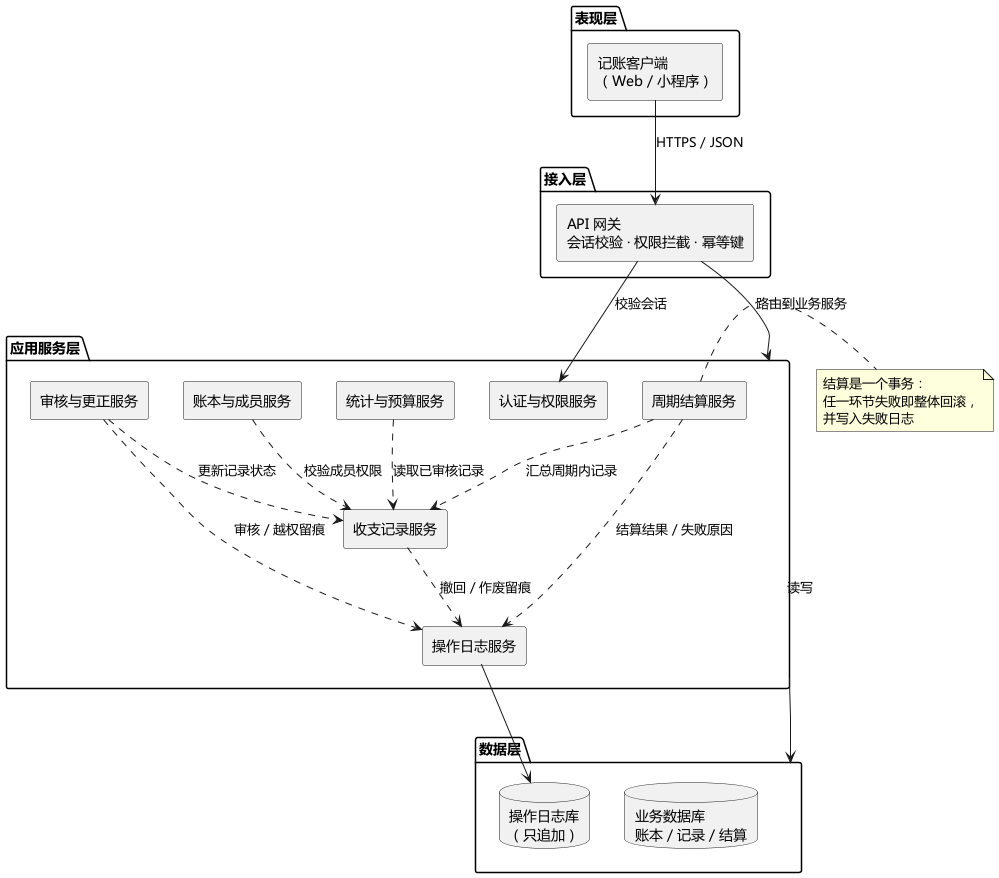
Earlier version of the PlantUML export uml/UML组件图.png (NaZnPO3/lab1-shared-ledger). The source it was exported from:
```plantuml
@startuml UML组件图
skinparam defaultFontName "Microsoft YaHei"
skinparam componentStyle rectangle
skinparam shadowing false
top to bottom direction

package "表现层" as PL {
  [记账客户端\n（Web / 小程序）] as UI
}

package "接入层" as GW {
  [API 网关\n会话校验 · 权限拦截 · 幂等键] as API
}

package "应用服务层" as SVC {
  [认证与权限服务] as Auth
  [账本与成员服务] as LedgerSvc
  [收支记录服务] as RecordSvc
  [审核与更正服务] as AuditSvc
  [统计与预算服务] as StatSvc
  [周期结算服务] as SettleSvc
  [操作日志服务] as LogSvc
}

package "数据层" as DATA {
  database "业务数据库\n账本 / 记录 / 结算" as DB
  database "操作日志库\n（只追加）" as LOGDB
}

UI --> API : HTTPS / JSON
API --> Auth : 校验会话
API --> SVC : 路由到业务服务
SVC --> DATA : 读写

LedgerSvc ..> RecordSvc : 校验成员权限
AuditSvc ..> RecordSvc : 更新记录状态
StatSvc ..> RecordSvc : 读取已审核记录
SettleSvc ..> RecordSvc : 汇总周期内记录

RecordSvc ..> LogSvc : 撤回 / 作废留痕
AuditSvc ..> LogSvc : 审核 / 越权留痕
SettleSvc ..> LogSvc : 结算结果 / 失败原因
LogSvc --> LOGDB

note right of SettleSvc
  结算是一个事务：
  任一环节失败即整体回滚，
  并写入失败日志
end note

@enduml
```
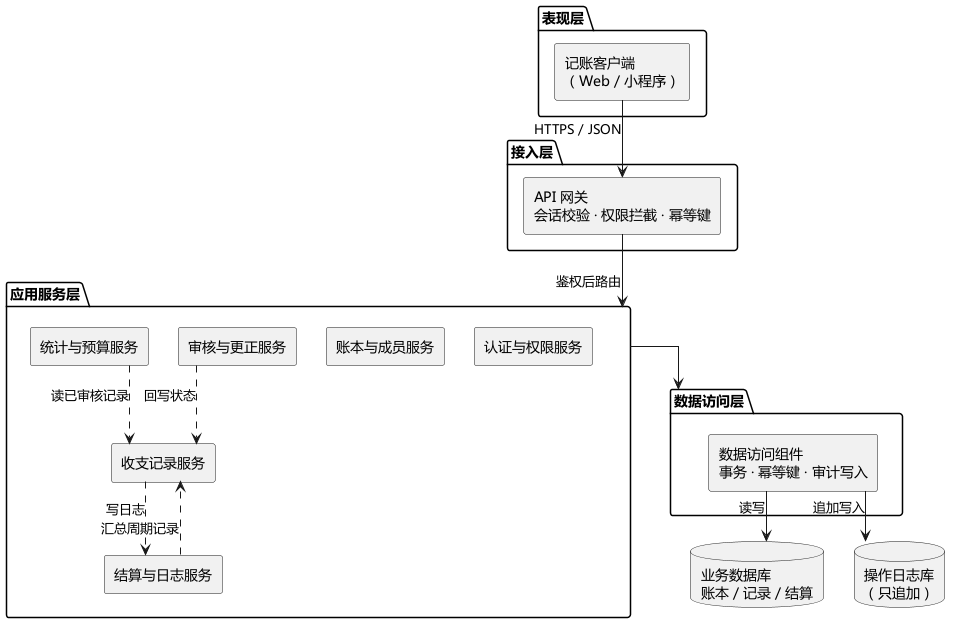
The same file after the commit.

What changed in the source:
```diff
@@ -2,6 +2,9 @@
 skinparam defaultFontName "Microsoft YaHei"
 skinparam componentStyle rectangle
 skinparam shadowing false
+skinparam linetype ortho
+skinparam nodesep 30
+skinparam ranksep 50
 top to bottom direction
 
 package "表现层" as PL {
@@ -13,39 +16,30 @@
 }
 
 package "应用服务层" as SVC {
-  [认证与权限服务] as Auth
-  [账本与成员服务] as LedgerSvc
-  [收支记录服务] as RecordSvc
-  [审核与更正服务] as AuditSvc
-  [统计与预算服务] as StatSvc
-  [周期结算服务] as SettleSvc
-  [操作日志服务] as LogSvc
+  [认证与权限服务] as M1
+  [账本与成员服务] as M2
+  [收支记录服务] as M3
+  [审核与更正服务] as M4
+  [统计与预算服务] as M5
+  [结算与日志服务] as M6
 }
 
-package "数据层" as DATA {
-  database "业务数据库\n账本 / 记录 / 结算" as DB
-  database "操作日志库\n（只追加）" as LOGDB
+package "数据访问层" as DAL {
+  [数据访问组件\n事务 · 幂等键 · 审计写入] as DAO
 }
 
+database "业务数据库\n账本 / 记录 / 结算" as DB
+database "操作日志库\n（只追加）" as LOGDB
+
 UI --> API : HTTPS / JSON
-API --> Auth : 校验会话
-API --> SVC : 路由到业务服务
-SVC --> DATA : 读写
+API --> SVC : 鉴权后路由
+SVC --> DAL
+DAO --> DB : 读写
+DAO --> LOGDB : 追加写入
 
-LedgerSvc ..> RecordSvc : 校验成员权限
-AuditSvc ..> RecordSvc : 更新记录状态
-StatSvc ..> RecordSvc : 读取已审核记录
-SettleSvc ..> RecordSvc : 汇总周期内记录
-
-RecordSvc ..> LogSvc : 撤回 / 作废留痕
-AuditSvc ..> LogSvc : 审核 / 越权留痕
-SettleSvc ..> LogSvc : 结算结果 / 失败原因
-LogSvc --> LOGDB
-
-note right of SettleSvc
-  结算是一个事务：
-  任一环节失败即整体回滚，
-  并写入失败日志
-end note
+M4 ..> M3 : 回写状态
+M6 ..> M3 : 汇总周期记录
+M3 ..> M6 : 写日志
+M5 ..> M3 : 读已审核记录
 
 @enduml
```
